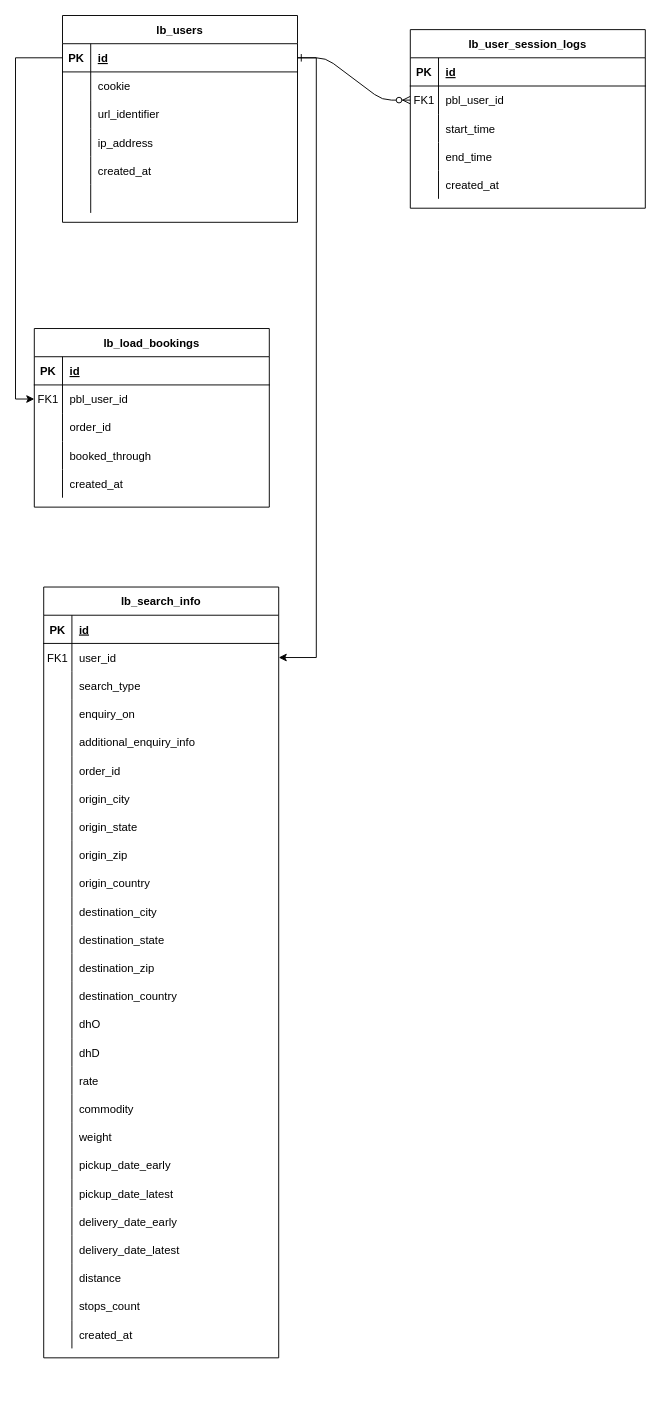
Above: pgt-analytics.drawio in venkat0x1/ER-Diagrams (draw.io), before the change. Source tidied: cells renumbered, new cells numbered last; positions are measured from the earlier drawing's top-left corner, leaving out a move shared by most shapes. Both pictures are drawn from the tidied source at 94%, with x=0, y=0 at pixel (34, 15).
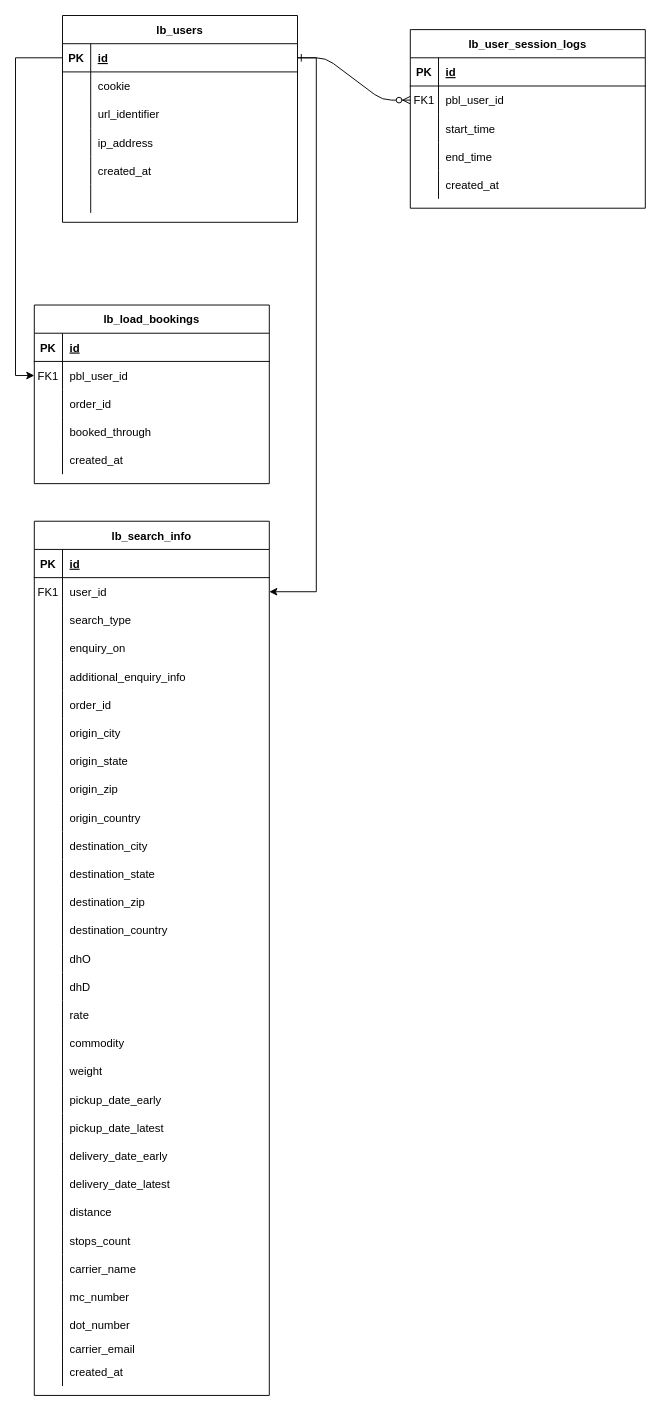
The same page after the edit.

The edit, as a diff of the source:
```diff
@@
     <mxCell id="19" value="lb_search_info" style="shape=table;startSize=30;childLayout=tableLayout;rowLines=0;fontStyle=1;align=center;" parent="1" vertex="1">
-      <mxGeometry x="10" y="608" width="250" height="820" as="geometry" />
+      <mxGeometry y="538" width="250" height="930" as="geometry" />
     </mxCell>
@@
+    <mxCell id="135" style="shape=partialRectangle;fillColor=none;top=0;left=0;right=0;bottom=0;" parent="19" vertex="1">
+      <mxGeometry y="780" width="250" height="30" as="geometry" />
+    </mxCell>
+    <mxCell id="136" style="shape=partialRectangle;overflow=hidden;fillColor=none;top=0;left=0;bottom=0;right=0;" parent="135" vertex="1">
+      <mxGeometry width="30" height="30" as="geometry" />
+    </mxCell>
+    <mxCell id="137" value="carrier_name" style="shape=partialRectangle;overflow=hidden;fillColor=none;top=0;left=0;bottom=0;right=0;align=left;spacingLeft=6;" parent="135" vertex="1">
+      <mxGeometry x="30" width="220" height="30" as="geometry" />
+    </mxCell>
+    <mxCell id="138" style="shape=partialRectangle;fillColor=none;top=0;left=0;right=0;bottom=0;" parent="19" vertex="1">
+      <mxGeometry y="810" width="250" height="30" as="geometry" />
+    </mxCell>
+    <mxCell id="139" style="shape=partialRectangle;overflow=hidden;fillColor=none;top=0;left=0;bottom=0;right=0;" parent="138" vertex="1">
+      <mxGeometry width="30" height="30" as="geometry" />
+    </mxCell>
+    <mxCell id="140" value="mc_number" style="shape=partialRectangle;overflow=hidden;fillColor=none;top=0;left=0;bottom=0;right=0;align=left;spacingLeft=6;" parent="138" vertex="1">
+      <mxGeometry x="30" width="220" height="30" as="geometry" />
+    </mxCell>
+    <mxCell id="141" style="shape=partialRectangle;fillColor=none;top=0;left=0;right=0;bottom=0;" parent="19" vertex="1">
+      <mxGeometry y="840" width="250" height="30" as="geometry" />
+    </mxCell>
+    <mxCell id="142" style="shape=partialRectangle;overflow=hidden;fillColor=none;top=0;left=0;bottom=0;right=0;" parent="141" vertex="1">
+      <mxGeometry width="30" height="30" as="geometry" />
+    </mxCell>
+    <mxCell id="143" value="dot_number" style="shape=partialRectangle;overflow=hidden;fillColor=none;top=0;left=0;bottom=0;right=0;align=left;spacingLeft=6;" parent="141" vertex="1">
+      <mxGeometry x="30" width="220" height="30" as="geometry" />
+    </mxCell>
+    <mxCell id="144" style="shape=partialRectangle;fillColor=none;top=0;left=0;right=0;bottom=0;" parent="19" vertex="1">
+      <mxGeometry y="870" width="250" height="20" as="geometry" />
+    </mxCell>
+    <mxCell id="145" style="shape=partialRectangle;overflow=hidden;fillColor=none;top=0;left=0;bottom=0;right=0;" parent="144" vertex="1">
+      <mxGeometry width="30" height="20" as="geometry" />
+    </mxCell>
+    <mxCell id="146" value="carrier_email" style="shape=partialRectangle;overflow=hidden;fillColor=none;top=0;left=0;bottom=0;right=0;align=left;spacingLeft=6;" parent="144" vertex="1">
+      <mxGeometry x="30" width="220" height="20" as="geometry" />
+    </mxCell>
     <mxCell id="95" style="shape=partialRectangle;fillColor=none;top=0;left=0;right=0;bottom=0;" parent="19" vertex="1">
-      <mxGeometry y="780" width="250" height="30" as="geometry" />
+      <mxGeometry y="890" width="250" height="30" as="geometry" />
     </mxCell>
@@
     <mxCell id="117" value="lb_load_bookings" style="shape=table;startSize=30;childLayout=tableLayout;rowLines=0;fontStyle=1;align=center;" parent="1" vertex="1">
-      <mxGeometry y="333" width="250" height="190" as="geometry" />
+      <mxGeometry y="308" width="250" height="190" as="geometry" />
     </mxCell>
```
